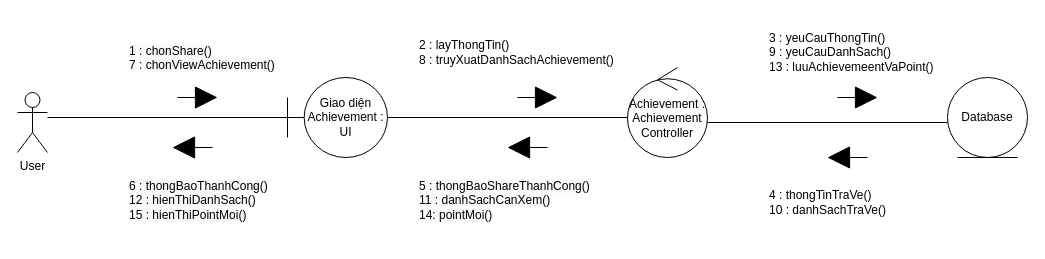
Merevoli-DatLuu/To-Do-App keeps this draw.io diagram as ToDoApp-Doc/Document/Diagram/Collaboration Diagram/Achievement/Achievement_CollaborationDiagram.drawio. Above is the earlier version. Source tidied: cells renumbered, new cells numbered last; positions are measured from the earlier drawing's top-left corner, leaving out a move shared by most shapes. Both pictures are drawn from the tidied source at 100%, with x=0, y=0 at pixel (17, 27).
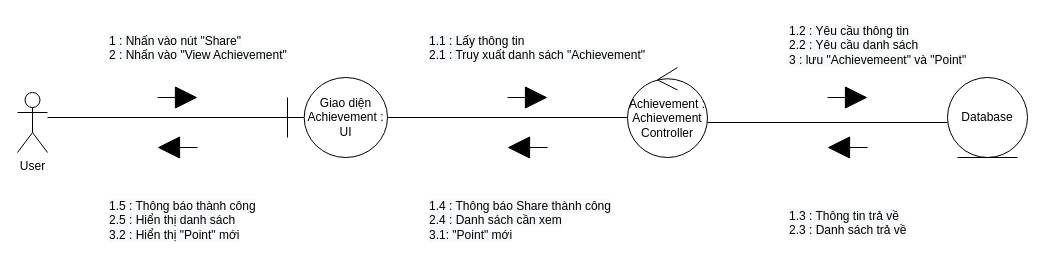
The same diagram, later.

Commit message:
[Modified] : Achievement_CollaborationDiagram

The edit, as a diff of the source:
```diff
@@
     <mxCell id="6" style="html=1;verticalAlign=bottom;endArrow=block;startSize=7;endSize=20;endFill=1;sourcePerimeterSpacing=2;" parent="1" edge="1">
       <mxGeometry x="0.25" y="70" relative="1" as="geometry">
-        <mxPoint x="160" y="70" as="sourcePoint" />
-        <mxPoint x="200" y="70" as="targetPoint" />
+        <mxPoint x="140" y="70" as="sourcePoint" />
+        <mxPoint x="180" y="70" as="targetPoint" />
       </mxGeometry>
     </mxCell>
@@
     <mxCell id="9" style="html=1;verticalAlign=bottom;endArrow=block;startSize=7;endSize=20;endFill=1;sourcePerimeterSpacing=2;" parent="1" edge="1">
       <mxGeometry x="0.25" y="70" relative="1" as="geometry">
-        <mxPoint x="500" y="70" as="sourcePoint" />
-        <mxPoint x="540" y="70" as="targetPoint" />
+        <mxPoint x="490" y="70" as="sourcePoint" />
+        <mxPoint x="530" y="70" as="targetPoint" />
       </mxGeometry>
     </mxCell>
@@
     <mxCell id="11" style="html=1;verticalAlign=bottom;endArrow=block;startSize=7;endSize=20;endFill=1;sourcePerimeterSpacing=2;" parent="1" edge="1">
       <mxGeometry x="0.25" y="70" relative="1" as="geometry">
-        <mxPoint x="820" y="70" as="sourcePoint" />
-        <mxPoint x="860" y="70" as="targetPoint" />
+        <mxPoint x="810" y="70" as="sourcePoint" />
+        <mxPoint x="850" y="70" as="targetPoint" />
       </mxGeometry>
     </mxCell>
     <mxCell id="12" style="html=1;verticalAlign=bottom;endArrow=block;startSize=7;endSize=20;endFill=1;sourcePerimeterSpacing=2;" parent="1" edge="1">
       <mxGeometry x="0.25" y="70" relative="1" as="geometry">
-        <mxPoint x="195" y="120" as="sourcePoint" />
-        <mxPoint x="155" y="120" as="targetPoint" />
+        <mxPoint x="180" y="120" as="sourcePoint" />
+        <mxPoint x="140" y="120" as="targetPoint" />
       </mxGeometry>
     </mxCell>
@@
     <mxCell id="14" style="html=1;verticalAlign=bottom;endArrow=block;startSize=7;endSize=20;endFill=1;sourcePerimeterSpacing=2;" parent="1" edge="1">
       <mxGeometry x="0.25" y="70" relative="1" as="geometry">
-        <mxPoint x="850" y="130" as="sourcePoint" />
-        <mxPoint x="810" y="130" as="targetPoint" />
+        <mxPoint x="850" y="120" as="sourcePoint" />
+        <mxPoint x="810" y="120" as="targetPoint" />
       </mxGeometry>
     </mxCell>
@@
-    <mxCell id="16" value="&lt;span style=&quot;color: rgb(0 , 0 , 0) ; font-family: &amp;#34;helvetica&amp;#34; ; font-size: 12px ; font-style: normal ; font-weight: 400 ; letter-spacing: normal ; text-indent: 0px ; text-transform: none ; word-spacing: 0px ; background-color: rgb(248 , 249 , 250) ; display: inline ; float: none&quot;&gt;1 : chonShare()&lt;br&gt;&lt;span style=&quot;font-family: &amp;#34;helvetica&amp;#34;&quot;&gt;7 : chonViewAchievement()&lt;/span&gt;&lt;br&gt;&lt;/span&gt;" style="text;whiteSpace=wrap;html=1;" parent="1" vertex="1">
-      <mxGeometry x="110" y="10" width="150" height="30" as="geometry" />
-    </mxCell>
-    <mxCell id="17" value="2 : layThongTin()&lt;br&gt;8 : truyXuatDanhSachAchievement()" style="text;html=1;align=left;verticalAlign=middle;" parent="1" vertex="1">
-      <mxGeometry x="400" y="10" width="210" height="30" as="geometry" />
-    </mxCell>
-    <mxCell id="18" value="3 : yeuCauThongTin()&lt;br&gt;9 : yeuCauDanhSach()&lt;br&gt;13 : luuAchievemeentVaPoint()" style="text;html=1;align=left;verticalAlign=middle;" parent="1" vertex="1">
-      <mxGeometry x="750" width="180" height="50" as="geometry" />
-    </mxCell>
-    <mxCell id="19" value="4 : thongTinTraVe()&lt;br&gt;10 : danhSachTraVe()" style="text;html=1;align=left;verticalAlign=middle;" parent="1" vertex="1">
-      <mxGeometry x="750" y="160" width="130" height="30" as="geometry" />
-    </mxCell>
-    <mxCell id="20" value="&lt;span style=&quot;color: rgb(0 , 0 , 0) ; font-family: &amp;#34;helvetica&amp;#34; ; font-size: 12px ; font-style: normal ; font-weight: 400 ; letter-spacing: normal ; text-indent: 0px ; text-transform: none ; word-spacing: 0px ; background-color: rgb(248 , 249 , 250) ; display: inline ; float: none&quot;&gt;5 : thongBaoShareThanhCong()&lt;br&gt;&lt;span&gt;11 : danhSachCanXem()&lt;br&gt;&lt;/span&gt;&lt;span style=&quot;font-family: &amp;#34;helvetica&amp;#34;&quot;&gt;14: pointMoi()&lt;/span&gt;&lt;br&gt;&lt;/span&gt;" style="text;whiteSpace=wrap;html=1;" parent="1" vertex="1">
-      <mxGeometry x="400" y="145" width="180" height="55" as="geometry" />
-    </mxCell>
-    <mxCell id="21" value="&lt;span style=&quot;color: rgb(0 , 0 , 0) ; font-family: &amp;#34;helvetica&amp;#34; ; font-size: 12px ; font-style: normal ; font-weight: 400 ; letter-spacing: normal ; text-indent: 0px ; text-transform: none ; word-spacing: 0px ; background-color: rgb(248 , 249 , 250) ; display: inline ; float: none&quot;&gt;6 : thongBaoThanhCong()&lt;br&gt;12 : hienThiDanhSach()&lt;br&gt;&lt;span style=&quot;font-family: &amp;#34;helvetica&amp;#34;&quot;&gt;15 : hienThiPointMoi()&lt;/span&gt;&lt;br&gt;&lt;br&gt;&lt;/span&gt;" style="text;whiteSpace=wrap;html=1;align=left;" parent="1" vertex="1">
-      <mxGeometry x="110" y="145" width="150" height="50" as="geometry" />
+    <mxCell id="21" value="&lt;span style=&quot;color: rgb(0 , 0 , 0) ; font-family: &amp;#34;helvetica&amp;#34; ; font-size: 12px ; font-style: normal ; font-weight: 400 ; letter-spacing: normal ; text-indent: 0px ; text-transform: none ; word-spacing: 0px ; background-color: rgb(248 , 249 , 250) ; display: inline ; float: none&quot;&gt;1 : Nhấn vào nút &quot;Share&quot;&lt;br&gt;&lt;span style=&quot;font-family: &amp;#34;helvetica&amp;#34;&quot;&gt;2 : Nhấn vào &quot;View Achievement&quot;&lt;/span&gt;&lt;br&gt;&lt;/span&gt;" style="text;whiteSpace=wrap;html=1;" parent="1" vertex="1">
+      <mxGeometry x="90" width="190" height="30" as="geometry" />
     </mxCell>
+    <mxCell id="22" value="&lt;span style=&quot;color: rgb(0 , 0 , 0) ; font-family: &amp;#34;helvetica&amp;#34; ; font-size: 12px ; font-style: normal ; font-weight: 400 ; letter-spacing: normal ; text-indent: 0px ; text-transform: none ; word-spacing: 0px ; background-color: rgb(248 , 249 , 250) ; display: inline ; float: none&quot;&gt;1.1 : Lấy thông tin&lt;br&gt;&lt;span style=&quot;font-family: &amp;#34;helvetica&amp;#34;&quot;&gt;2.1 : Truy xuất danh sách &quot;Achievement&quot;&lt;/span&gt;&lt;br&gt;&lt;/span&gt;" style="text;whiteSpace=wrap;html=1;" parent="1" vertex="1">
+      <mxGeometry x="410" width="220" height="30" as="geometry" />
+    </mxCell>
+    <mxCell id="23" value="&lt;span style=&quot;color: rgb(0 , 0 , 0) ; font-family: &amp;#34;helvetica&amp;#34; ; font-size: 12px ; font-style: normal ; font-weight: 400 ; letter-spacing: normal ; text-indent: 0px ; text-transform: none ; word-spacing: 0px ; background-color: rgb(248 , 249 , 250) ; display: inline ; float: none&quot;&gt;1.2 : Yêu cầu thông tin&lt;br&gt;&lt;span style=&quot;font-family: &amp;#34;helvetica&amp;#34;&quot;&gt;2.2 : Yêu cầu danh sách&lt;br&gt;&lt;/span&gt;&lt;span style=&quot;font-family: &amp;#34;helvetica&amp;#34;&quot;&gt;3 : lưu &quot;Achievemeent&quot; và &quot;Point&quot;&lt;/span&gt;&lt;br&gt;&lt;/span&gt;" style="text;whiteSpace=wrap;html=1;" parent="1" vertex="1">
+      <mxGeometry x="770" y="-10" width="180" height="50" as="geometry" />
+    </mxCell>
+    <mxCell id="24" value="&lt;span style=&quot;color: rgb(0 , 0 , 0) ; font-family: &amp;#34;helvetica&amp;#34; ; font-size: 12px ; font-style: normal ; font-weight: 400 ; letter-spacing: normal ; text-indent: 0px ; text-transform: none ; word-spacing: 0px ; background-color: rgb(248 , 249 , 250) ; display: inline ; float: none&quot;&gt;1.3 : Thông tin trả về&lt;br&gt;&lt;span style=&quot;font-family: &amp;#34;helvetica&amp;#34;&quot;&gt;2.3 : Danh sách trả về&lt;/span&gt;&lt;br&gt;&lt;/span&gt;" style="text;whiteSpace=wrap;html=1;" parent="1" vertex="1">
+      <mxGeometry x="770" y="175" width="140" height="30" as="geometry" />
+    </mxCell>
+    <mxCell id="25" value="&lt;span style=&quot;color: rgb(0 , 0 , 0) ; font-family: &amp;#34;helvetica&amp;#34; ; font-size: 12px ; font-style: normal ; font-weight: 400 ; letter-spacing: normal ; text-indent: 0px ; text-transform: none ; word-spacing: 0px ; background-color: rgb(248 , 249 , 250) ; display: inline ; float: none&quot;&gt;1.4 : Thông báo Share thành công&lt;br&gt;&lt;span&gt;2.4 : Danh sách cần xem&lt;br&gt;&lt;/span&gt;&lt;span style=&quot;font-family: &amp;#34;helvetica&amp;#34;&quot;&gt;3.1: &quot;Point&quot; mới&lt;/span&gt;&lt;br&gt;&lt;/span&gt;" style="text;whiteSpace=wrap;html=1;" parent="1" vertex="1">
+      <mxGeometry x="410" y="165" width="190" height="50" as="geometry" />
+    </mxCell>
+    <mxCell id="26" value="&lt;span style=&quot;color: rgb(0 , 0 , 0) ; font-family: &amp;#34;helvetica&amp;#34; ; font-size: 12px ; font-style: normal ; font-weight: 400 ; letter-spacing: normal ; text-indent: 0px ; text-transform: none ; word-spacing: 0px ; background-color: rgb(248 , 249 , 250) ; display: inline ; float: none&quot;&gt;1.5 : Thông báo thành công&lt;br&gt;2.5 : Hiển thị danh sách&lt;br&gt;&lt;span style=&quot;font-family: &amp;#34;helvetica&amp;#34;&quot;&gt;3.2 : Hiển thị &quot;Point&quot; mới&lt;/span&gt;&lt;br&gt;&lt;/span&gt;" style="text;whiteSpace=wrap;html=1;" parent="1" vertex="1">
+      <mxGeometry x="90" y="165" width="150" height="50" as="geometry" />
+    </mxCell>
```
